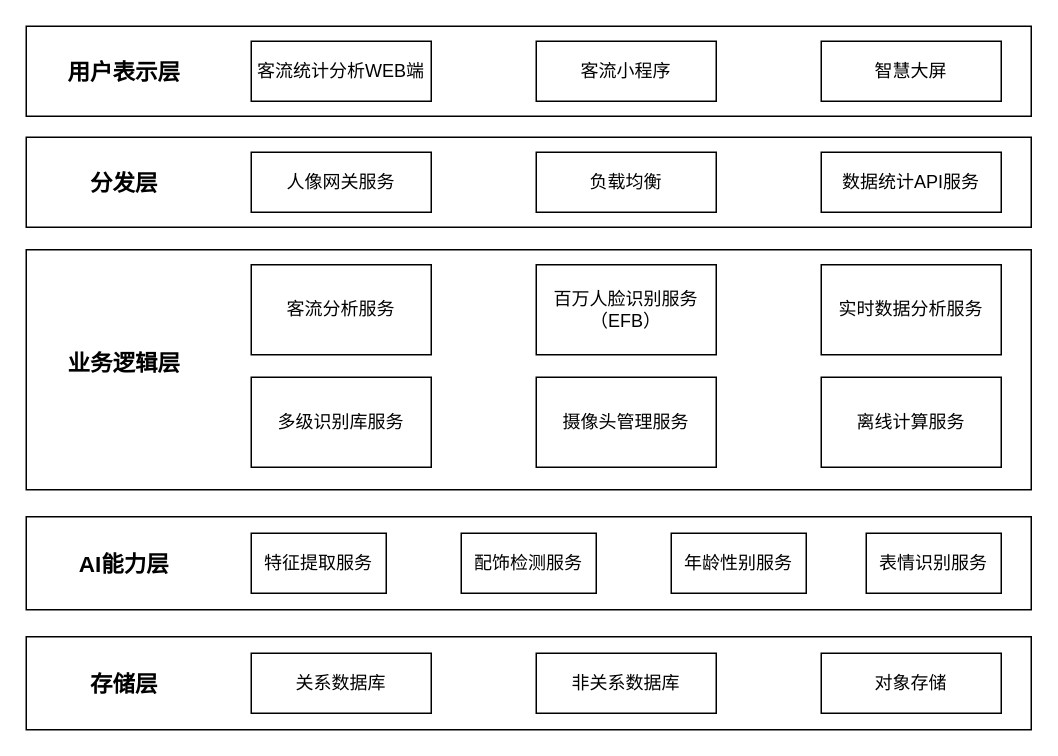
Earlier version of the draw.io diagram page "分层架构" (3 of 5) of 客流系统.drawio (xiaoxinyi/draw-io). Source tidied: cells renumbered, new cells numbered last; positions are measured from the earlier drawing's top-left corner, leaving out a move shared by most shapes. Both pictures are drawn from the tidied source at 150%, with x=0, y=0 at pixel (26, 26).
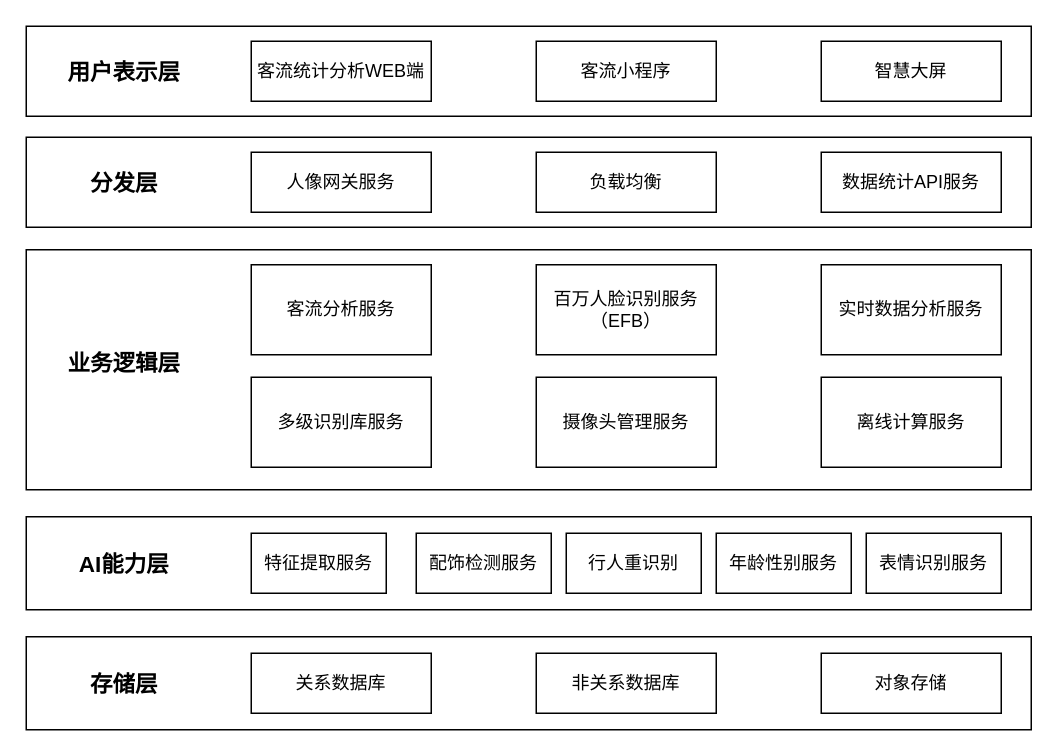
The same diagram, later.

What changed in the source:
```diff
@@
     <mxCell id="21" value="配饰检测服务" style="rounded=0;whiteSpace=wrap;html=1;" parent="1" vertex="1">
-      <mxGeometry x="290" y="338" width="90" height="40" as="geometry" />
+      <mxGeometry x="260" y="338" width="90" height="40" as="geometry" />
     </mxCell>
     <mxCell id="22" value="年龄性别服务" style="rounded=0;whiteSpace=wrap;html=1;" parent="1" vertex="1">
-      <mxGeometry x="430" y="338" width="90" height="40" as="geometry" />
+      <mxGeometry x="460" y="338" width="90" height="40" as="geometry" />
     </mxCell>
@@
+    <mxCell id="31" value="行人重识别" style="rounded=0;whiteSpace=wrap;html=1;" parent="1" vertex="1">
+      <mxGeometry x="360" y="338" width="90" height="40" as="geometry" />
+    </mxCell>
```
